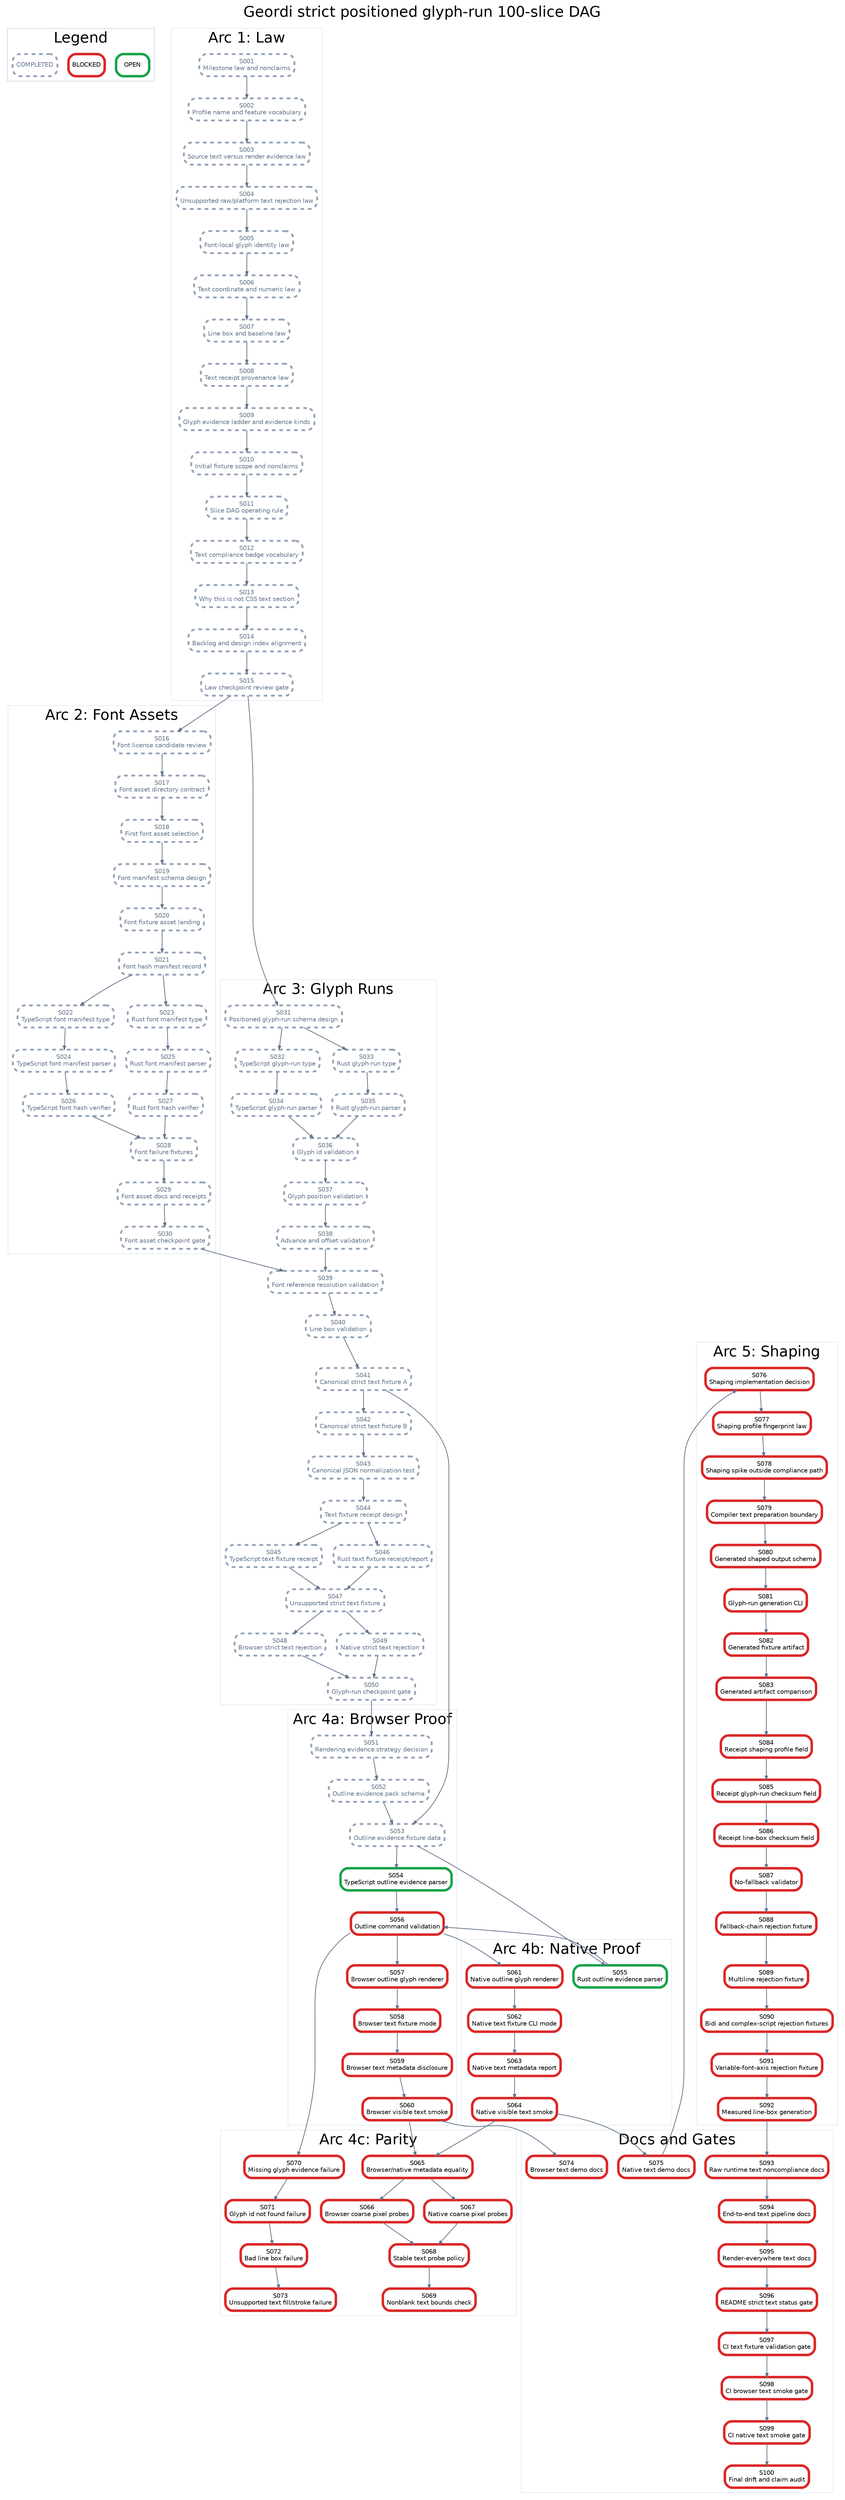
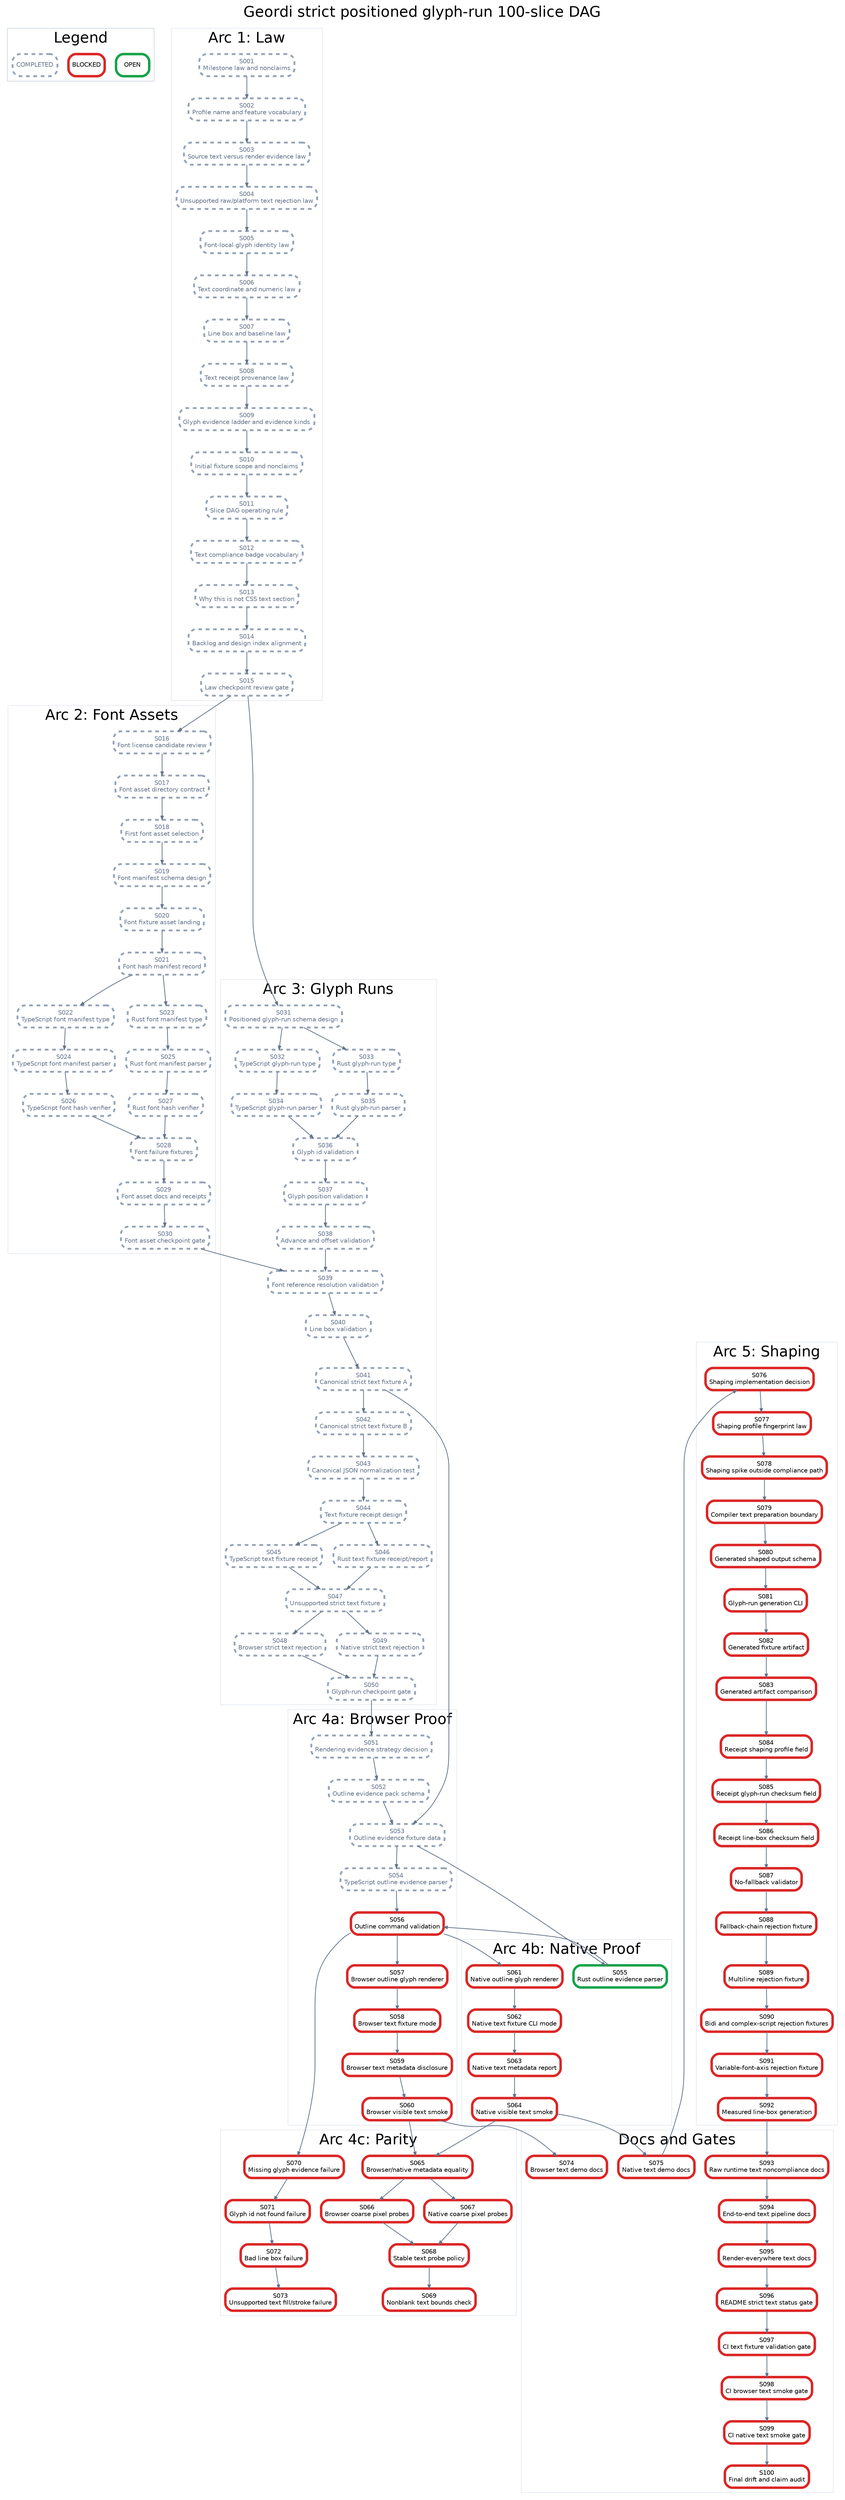
digraph StrictPositionedGlyphRunPlan {
  graph [rankdir=TB, bgcolor="white", fontname="Helvetica", label="Geordi strict positioned glyph-run 100-slice DAG", labelloc="t", fontsize=24];
  node [shape=box, style="rounded,filled", fillcolor="white", fontname="Helvetica", fontsize=10, margin="0.08,0.05"];
  edge [color="#64748b", arrowsize=0.6, penwidth=1.2];

  subgraph cluster_legend {
    label="Legend";
    color="#cbd5e1";
    legend_open [label="OPEN", color="#16a34a", penwidth=4];
    legend_blocked [label="BLOCKED", color="#dc2626", penwidth=4];
    legend_done [label="COMPLETED", color="#94a3b8", penwidth=3, style="rounded,filled,dashed", fontcolor="#64748b"];
  }

  subgraph cluster_law {
    label="Arc 1: Law";
    color="#e2e8f0";
    S001 [label="S001\nMilestone law and nonclaims", color="#94a3b8", penwidth=3, style="rounded,filled,dashed", fontcolor="#64748b"];
    S002 [label="S002\nProfile name and feature vocabulary", color="#94a3b8", penwidth=3, style="rounded,filled,dashed", fontcolor="#64748b"];
    S003 [label="S003\nSource text versus render evidence law", color="#94a3b8", penwidth=3, style="rounded,filled,dashed", fontcolor="#64748b"];
    S004 [label="S004\nUnsupported raw/platform text rejection law", color="#94a3b8", penwidth=3, style="rounded,filled,dashed", fontcolor="#64748b"];
    S005 [label="S005\nFont-local glyph identity law", color="#94a3b8", penwidth=3, style="rounded,filled,dashed", fontcolor="#64748b"];
    S006 [label="S006\nText coordinate and numeric law", color="#94a3b8", penwidth=3, style="rounded,filled,dashed", fontcolor="#64748b"];
    S007 [label="S007\nLine box and baseline law", color="#94a3b8", penwidth=3, style="rounded,filled,dashed", fontcolor="#64748b"];
    S008 [label="S008\nText receipt provenance law", color="#94a3b8", penwidth=3, style="rounded,filled,dashed", fontcolor="#64748b"];
    S009 [label="S009\nGlyph evidence ladder and evidence kinds", color="#94a3b8", penwidth=3, style="rounded,filled,dashed", fontcolor="#64748b"];
    S010 [label="S010\nInitial fixture scope and nonclaims", color="#94a3b8", penwidth=3, style="rounded,filled,dashed", fontcolor="#64748b"];
    S011 [label="S011\nSlice DAG operating rule", color="#94a3b8", penwidth=3, style="rounded,filled,dashed", fontcolor="#64748b"];
    S012 [label="S012\nText compliance badge vocabulary", color="#94a3b8", penwidth=3, style="rounded,filled,dashed", fontcolor="#64748b"];
    S013 [label="S013\nWhy this is not CSS text section", color="#94a3b8", penwidth=3, style="rounded,filled,dashed", fontcolor="#64748b"];
    S014 [label="S014\nBacklog and design index alignment", color="#94a3b8", penwidth=3, style="rounded,filled,dashed", fontcolor="#64748b"];
    S015 [label="S015\nLaw checkpoint review gate", color="#94a3b8", penwidth=3, style="rounded,filled,dashed", fontcolor="#64748b"];
  }

  subgraph cluster_assets {
    label="Arc 2: Font Assets";
    color="#e2e8f0";
    S016 [label="S016\nFont license candidate review", color="#94a3b8", penwidth=3, style="rounded,filled,dashed", fontcolor="#64748b"];
    S017 [label="S017\nFont asset directory contract", color="#94a3b8", penwidth=3, style="rounded,filled,dashed", fontcolor="#64748b"];
    S018 [label="S018\nFirst font asset selection", color="#94a3b8", penwidth=3, style="rounded,filled,dashed", fontcolor="#64748b"];
    S019 [label="S019\nFont manifest schema design", color="#94a3b8", penwidth=3, style="rounded,filled,dashed", fontcolor="#64748b"];
    S020 [label="S020\nFont fixture asset landing", color="#94a3b8", penwidth=3, style="rounded,filled,dashed", fontcolor="#64748b"];
    S021 [label="S021\nFont hash manifest record", color="#94a3b8", penwidth=3, style="rounded,filled,dashed", fontcolor="#64748b"];
    S022 [label="S022\nTypeScript font manifest type", color="#94a3b8", penwidth=3, style="rounded,filled,dashed", fontcolor="#64748b"];
    S023 [label="S023\nRust font manifest type", color="#94a3b8", penwidth=3, style="rounded,filled,dashed", fontcolor="#64748b"];
    S024 [label="S024\nTypeScript font manifest parser", color="#94a3b8", penwidth=3, style="rounded,filled,dashed", fontcolor="#64748b"];
    S025 [label="S025\nRust font manifest parser", color="#94a3b8", penwidth=3, style="rounded,filled,dashed", fontcolor="#64748b"];
    S026 [label="S026\nTypeScript font hash verifier", color="#94a3b8", penwidth=3, style="rounded,filled,dashed", fontcolor="#64748b"];
    S027 [label="S027\nRust font hash verifier", color="#94a3b8", penwidth=3, style="rounded,filled,dashed", fontcolor="#64748b"];
    S028 [label="S028\nFont failure fixtures", color="#94a3b8", penwidth=3, style="rounded,filled,dashed", fontcolor="#64748b"];
    S029 [label="S029\nFont asset docs and receipts", color="#94a3b8", penwidth=3, style="rounded,filled,dashed", fontcolor="#64748b"];
    S030 [label="S030\nFont asset checkpoint gate", color="#94a3b8", penwidth=3, style="rounded,filled,dashed", fontcolor="#64748b"];
  }

  subgraph cluster_glyph {
    label="Arc 3: Glyph Runs";
    color="#e2e8f0";
    S031 [label="S031\nPositioned glyph-run schema design", color="#94a3b8", penwidth=3, style="rounded,filled,dashed", fontcolor="#64748b"];
    S032 [label="S032\nTypeScript glyph-run type", color="#94a3b8", penwidth=3, style="rounded,filled,dashed", fontcolor="#64748b"];
    S033 [label="S033\nRust glyph-run type", color="#94a3b8", penwidth=3, style="rounded,filled,dashed", fontcolor="#64748b"];
    S034 [label="S034\nTypeScript glyph-run parser", color="#94a3b8", penwidth=3, style="rounded,filled,dashed", fontcolor="#64748b"];
    S035 [label="S035\nRust glyph-run parser", color="#94a3b8", penwidth=3, style="rounded,filled,dashed", fontcolor="#64748b"];
    S036 [label="S036\nGlyph id validation", color="#94a3b8", penwidth=3, style="rounded,filled,dashed", fontcolor="#64748b"];
    S037 [label="S037\nGlyph position validation", color="#94a3b8", penwidth=3, style="rounded,filled,dashed", fontcolor="#64748b"];
    S038 [label="S038\nAdvance and offset validation", color="#94a3b8", penwidth=3, style="rounded,filled,dashed", fontcolor="#64748b"];
    S039 [label="S039\nFont reference resolution validation", color="#94a3b8", penwidth=3, style="rounded,filled,dashed", fontcolor="#64748b"];
    S040 [label="S040\nLine box validation", color="#94a3b8", penwidth=3, style="rounded,filled,dashed", fontcolor="#64748b"];
    S041 [label="S041\nCanonical strict text fixture A", color="#94a3b8", penwidth=3, style="rounded,filled,dashed", fontcolor="#64748b"];
    S042 [label="S042\nCanonical strict text fixture B", color="#94a3b8", penwidth=3, style="rounded,filled,dashed", fontcolor="#64748b"];
    S043 [label="S043\nCanonical JSON normalization test", color="#94a3b8", penwidth=3, style="rounded,filled,dashed", fontcolor="#64748b"];
    S044 [label="S044\nText fixture receipt design", color="#94a3b8", penwidth=3, style="rounded,filled,dashed", fontcolor="#64748b"];
    S045 [label="S045\nTypeScript text fixture receipt", color="#94a3b8", penwidth=3, style="rounded,filled,dashed", fontcolor="#64748b"];
    S046 [label="S046\nRust text fixture receipt/report", color="#94a3b8", penwidth=3, style="rounded,filled,dashed", fontcolor="#64748b"];
    S047 [label="S047\nUnsupported strict text fixture", color="#94a3b8", penwidth=3, style="rounded,filled,dashed", fontcolor="#64748b"];
    S048 [label="S048\nBrowser strict text rejection", color="#94a3b8", penwidth=3, style="rounded,filled,dashed", fontcolor="#64748b"];
    S049 [label="S049\nNative strict text rejection", color="#94a3b8", penwidth=3, style="rounded,filled,dashed", fontcolor="#64748b"];
    S050 [label="S050\nGlyph-run checkpoint gate", color="#94a3b8", penwidth=3, style="rounded,filled,dashed", fontcolor="#64748b"];
  }

  subgraph cluster_browser {
    label="Arc 4a: Browser Proof";
    color="#e2e8f0";
    S051 [label="S051\nRendering evidence strategy decision", color="#94a3b8", penwidth=3, style="rounded,filled,dashed", fontcolor="#64748b"];
    S052 [label="S052\nOutline evidence pack schema", color="#94a3b8", penwidth=3, style="rounded,filled,dashed", fontcolor="#64748b"];
    S053 [label="S053\nOutline evidence fixture data", color="#94a3b8", penwidth=3, style="rounded,filled,dashed", fontcolor="#64748b"];
-     S054 [label="S054\nTypeScript outline evidence parser", color="#16a34a", penwidth=4];
+     S054 [label="S054\nTypeScript outline evidence parser", color="#94a3b8", penwidth=3, style="rounded,filled,dashed", fontcolor="#64748b"];
    S056 [label="S056\nOutline command validation", color="#dc2626", penwidth=4];
    S057 [label="S057\nBrowser outline glyph renderer", color="#dc2626", penwidth=4];
    S058 [label="S058\nBrowser text fixture mode", color="#dc2626", penwidth=4];
    S059 [label="S059\nBrowser text metadata disclosure", color="#dc2626", penwidth=4];
    S060 [label="S060\nBrowser visible text smoke", color="#dc2626", penwidth=4];
  }

  subgraph cluster_native {
    label="Arc 4b: Native Proof";
    color="#e2e8f0";
    S055 [label="S055\nRust outline evidence parser", color="#16a34a", penwidth=4];
    S061 [label="S061\nNative outline glyph renderer", color="#dc2626", penwidth=4];
    S062 [label="S062\nNative text fixture CLI mode", color="#dc2626", penwidth=4];
    S063 [label="S063\nNative text metadata report", color="#dc2626", penwidth=4];
    S064 [label="S064\nNative visible text smoke", color="#dc2626", penwidth=4];
  }

  subgraph cluster_parity {
    label="Arc 4c: Parity";
    color="#e2e8f0";
    S065 [label="S065\nBrowser/native metadata equality", color="#dc2626", penwidth=4];
    S066 [label="S066\nBrowser coarse pixel probes", color="#dc2626", penwidth=4];
    S067 [label="S067\nNative coarse pixel probes", color="#dc2626", penwidth=4];
    S068 [label="S068\nStable text probe policy", color="#dc2626", penwidth=4];
    S069 [label="S069\nNonblank text bounds check", color="#dc2626", penwidth=4];
    S070 [label="S070\nMissing glyph evidence failure", color="#dc2626", penwidth=4];
    S071 [label="S071\nGlyph id not found failure", color="#dc2626", penwidth=4];
    S072 [label="S072\nBad line box failure", color="#dc2626", penwidth=4];
    S073 [label="S073\nUnsupported text fill/stroke failure", color="#dc2626", penwidth=4];
  }

  subgraph cluster_shaping {
    label="Arc 5: Shaping";
    color="#e2e8f0";
    S076 [label="S076\nShaping implementation decision", color="#dc2626", penwidth=4];
    S077 [label="S077\nShaping profile fingerprint law", color="#dc2626", penwidth=4];
    S078 [label="S078\nShaping spike outside compliance path", color="#dc2626", penwidth=4];
    S079 [label="S079\nCompiler text preparation boundary", color="#dc2626", penwidth=4];
    S080 [label="S080\nGenerated shaped output schema", color="#dc2626", penwidth=4];
    S081 [label="S081\nGlyph-run generation CLI", color="#dc2626", penwidth=4];
    S082 [label="S082\nGenerated fixture artifact", color="#dc2626", penwidth=4];
    S083 [label="S083\nGenerated artifact comparison", color="#dc2626", penwidth=4];
    S084 [label="S084\nReceipt shaping profile field", color="#dc2626", penwidth=4];
    S085 [label="S085\nReceipt glyph-run checksum field", color="#dc2626", penwidth=4];
    S086 [label="S086\nReceipt line-box checksum field", color="#dc2626", penwidth=4];
    S087 [label="S087\nNo-fallback validator", color="#dc2626", penwidth=4];
    S088 [label="S088\nFallback-chain rejection fixture", color="#dc2626", penwidth=4];
    S089 [label="S089\nMultiline rejection fixture", color="#dc2626", penwidth=4];
    S090 [label="S090\nBidi and complex-script rejection fixtures", color="#dc2626", penwidth=4];
    S091 [label="S091\nVariable-font-axis rejection fixture", color="#dc2626", penwidth=4];
    S092 [label="S092\nMeasured line-box generation", color="#dc2626", penwidth=4];
  }

  subgraph cluster_docs {
    label="Docs and Gates";
    color="#e2e8f0";
    S074 [label="S074\nBrowser text demo docs", color="#dc2626", penwidth=4];
    S075 [label="S075\nNative text demo docs", color="#dc2626", penwidth=4];
    S093 [label="S093\nRaw runtime text noncompliance docs", color="#dc2626", penwidth=4];
    S094 [label="S094\nEnd-to-end text pipeline docs", color="#dc2626", penwidth=4];
    S095 [label="S095\nRender-everywhere text docs", color="#dc2626", penwidth=4];
    S096 [label="S096\nREADME strict text status gate", color="#dc2626", penwidth=4];
    S097 [label="S097\nCI text fixture validation gate", color="#dc2626", penwidth=4];
    S098 [label="S098\nCI browser text smoke gate", color="#dc2626", penwidth=4];
    S099 [label="S099\nCI native text smoke gate", color="#dc2626", penwidth=4];
    S100 [label="S100\nFinal drift and claim audit", color="#dc2626", penwidth=4];
  }

  S001 -> S002;
  S002 -> S003;
  S003 -> S004;
  S004 -> S005;
  S005 -> S006;
  S006 -> S007;
  S007 -> S008;
  S008 -> S009;
  S009 -> S010;
  S010 -> S011;
  S011 -> S012;
  S012 -> S013;
  S013 -> S014;
  S014 -> S015;
  S015 -> S016;
  S016 -> S017;
  S017 -> S018;
  S018 -> S019;
  S019 -> S020;
  S020 -> S021;
  S021 -> S022;
  S021 -> S023;
  S022 -> S024;
  S023 -> S025;
  S024 -> S026;
  S025 -> S027;
  S026 -> S028;
  S027 -> S028;
  S028 -> S029;
  S029 -> S030;
  S015 -> S031;
  S031 -> S032;
  S031 -> S033;
  S032 -> S034;
  S033 -> S035;
  S034 -> S036;
  S035 -> S036;
  S036 -> S037;
  S037 -> S038;
  S038 -> S039;
  S039 -> S040;
  S030 -> S039;
  S040 -> S041;
  S041 -> S042;
  S042 -> S043;
  S043 -> S044;
  S044 -> S045;
  S044 -> S046;
  S045 -> S047;
  S046 -> S047;
  S047 -> S048;
  S047 -> S049;
  S048 -> S050;
  S049 -> S050;
  S050 -> S051;
  S051 -> S052;
  S052 -> S053;
  S041 -> S053;
  S053 -> S054;
  S053 -> S055;
  S054 -> S056;
  S055 -> S056;
  S056 -> S057;
  S057 -> S058;
  S058 -> S059;
  S059 -> S060;
  S056 -> S061;
  S061 -> S062;
  S062 -> S063;
  S063 -> S064;
  S060 -> S065;
  S064 -> S065;
  S065 -> S066;
  S065 -> S067;
  S066 -> S068;
  S067 -> S068;
  S068 -> S069;
  S056 -> S070;
  S070 -> S071;
  S071 -> S072;
  S072 -> S073;
  S060 -> S074;
  S064 -> S075;
  S075 -> S076;
  S076 -> S077;
  S077 -> S078;
  S078 -> S079;
  S079 -> S080;
  S080 -> S081;
  S081 -> S082;
  S082 -> S083;
  S083 -> S084;
  S084 -> S085;
  S085 -> S086;
  S086 -> S087;
  S087 -> S088;
  S088 -> S089;
  S089 -> S090;
  S090 -> S091;
  S091 -> S092;
  S092 -> S093;
  S093 -> S094;
  S094 -> S095;
  S095 -> S096;
  S096 -> S097;
  S097 -> S098;
  S098 -> S099;
  S099 -> S100;
}
